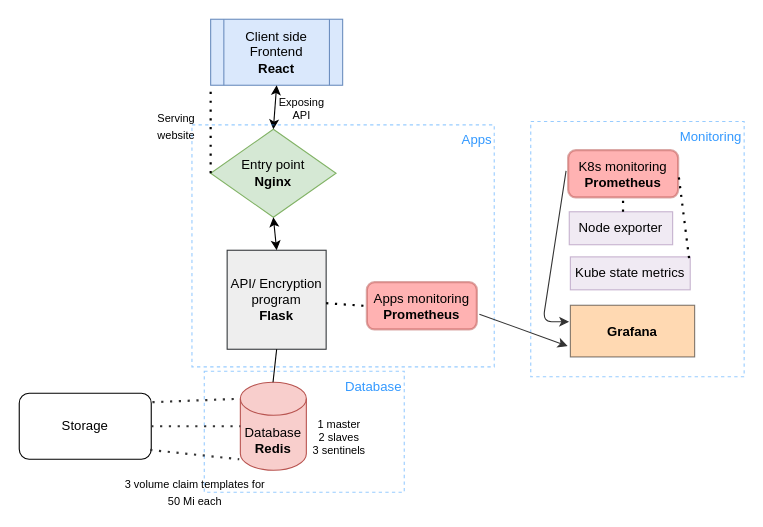
carltheperson/Safe-Secrets keeps this draw.io diagram as diagram source.drawio. Above is the earlier version. Source tidied: cells renumbered, new cells numbered last; positions are measured from the earlier drawing's top-left corner, leaving out a move shared by most shapes. Both pictures are drawn from the tidied source at 110%, with x=0, y=0 at pixel (19, 19).
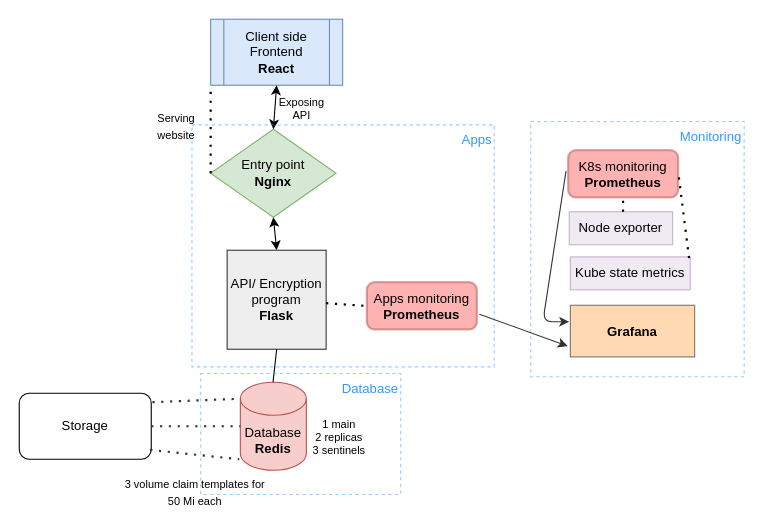
The same page after the edit.

What changed in the source:
```diff
@@
-    <mxCell id="12" value="&lt;div style=&quot;font-size: 10px&quot;&gt;&lt;font style=&quot;font-size: 10px&quot;&gt;1 master&lt;/font&gt;&lt;/div&gt;&lt;div style=&quot;font-size: 10px&quot;&gt;&lt;font style=&quot;font-size: 10px&quot;&gt;2 slaves&lt;/font&gt;&lt;/div&gt;&lt;div style=&quot;font-size: 10px&quot;&gt;&lt;font style=&quot;font-size: 10px&quot;&gt;3 sentinels&lt;/font&gt;&lt;/div&gt;" style="text;html=1;strokeColor=none;fillColor=none;align=center;verticalAlign=middle;whiteSpace=wrap;rounded=0;" parent="1" vertex="1">
+    <mxCell id="12" value="&lt;div style=&quot;font-size: 10px&quot;&gt;&lt;font style=&quot;font-size: 10px&quot;&gt;1 main&lt;/font&gt;&lt;/div&gt;&lt;div style=&quot;font-size: 10px&quot;&gt;&lt;font style=&quot;font-size: 10px&quot;&gt;2 replicas&lt;/font&gt;&lt;/div&gt;&lt;div style=&quot;font-size: 10px&quot;&gt;&lt;font style=&quot;font-size: 10px&quot;&gt;3 sentinels&lt;/font&gt;&lt;/div&gt;" style="text;html=1;strokeColor=none;fillColor=none;align=center;verticalAlign=middle;whiteSpace=wrap;rounded=0;" parent="1" vertex="1">
       <mxGeometry x="201" y="370" width="180" height="20" as="geometry" />
     </mxCell>
@@
     <mxCell id="19" value="&lt;font color=&quot;#3399FF&quot;&gt;Database&lt;/font&gt;" style="rounded=0;whiteSpace=wrap;html=1;dashed=1;fillColor=none;gradientColor=none;align=right;verticalAlign=top;opacity=50;strokeColor=#3399FF;" parent="1" vertex="1">
-      <mxGeometry x="168.2" y="320" width="181.8" height="110" as="geometry" />
+      <mxGeometry x="165" y="322" width="181.8" height="110" as="geometry" />
     </mxCell>
```
